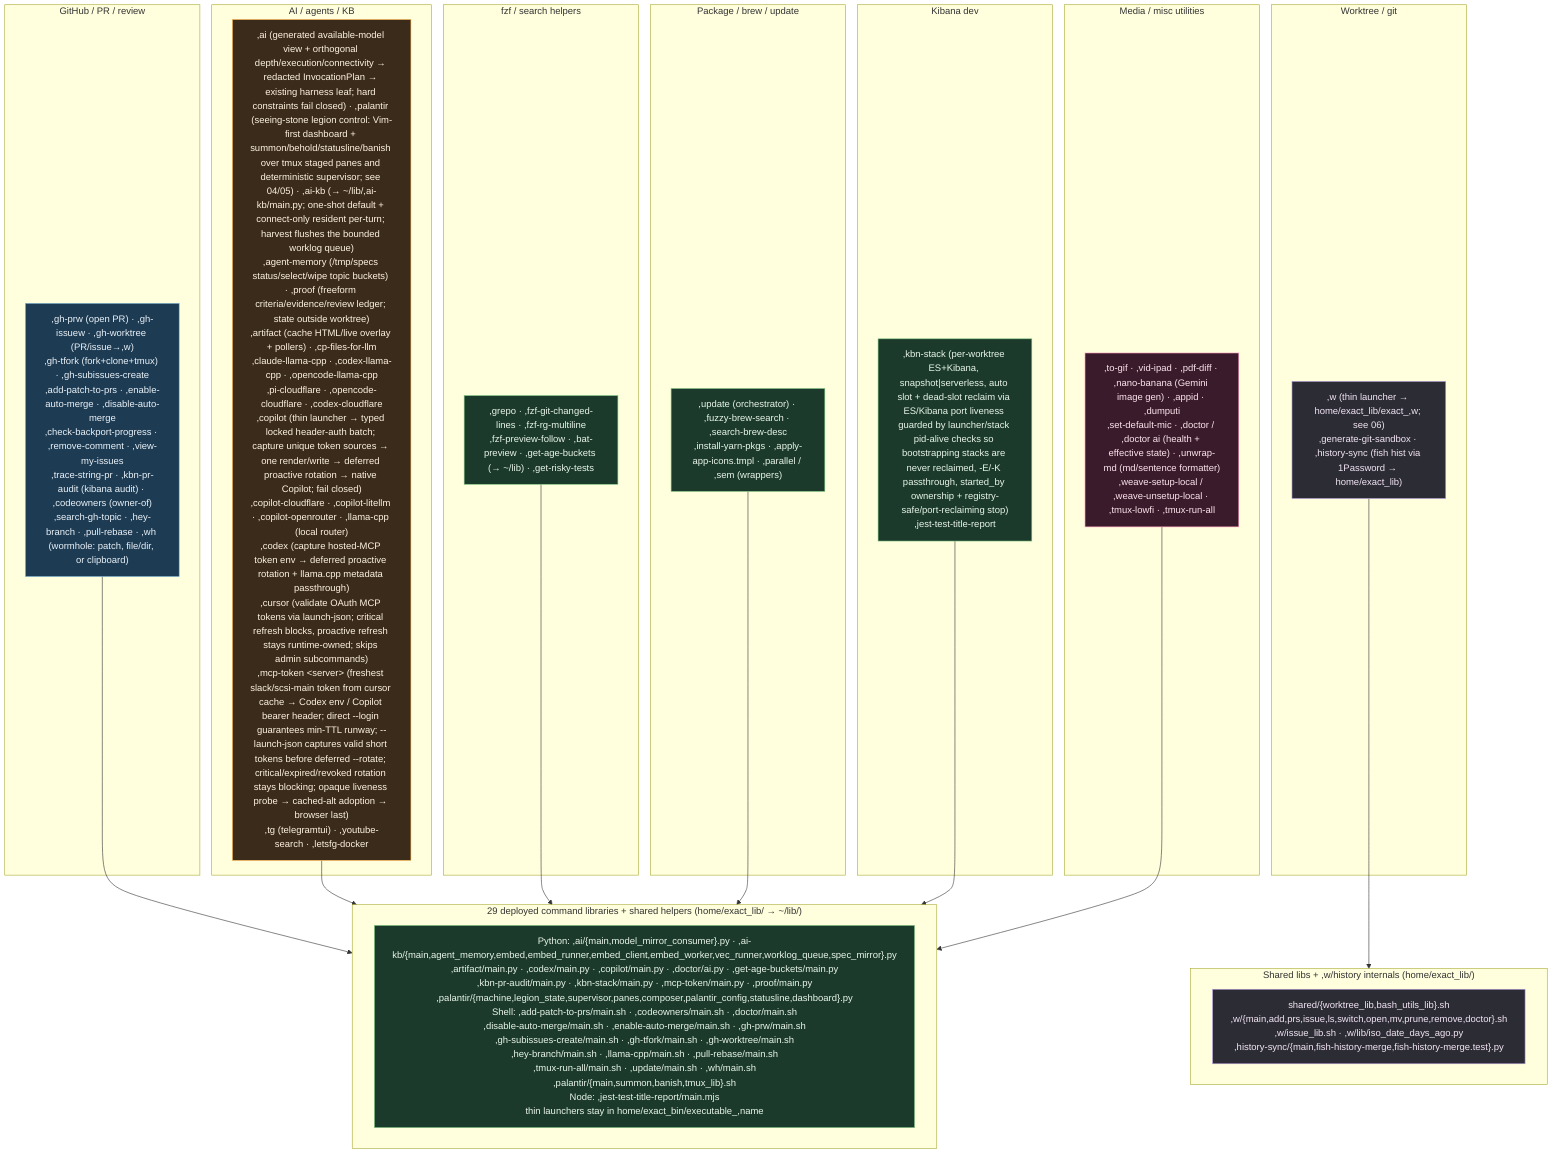
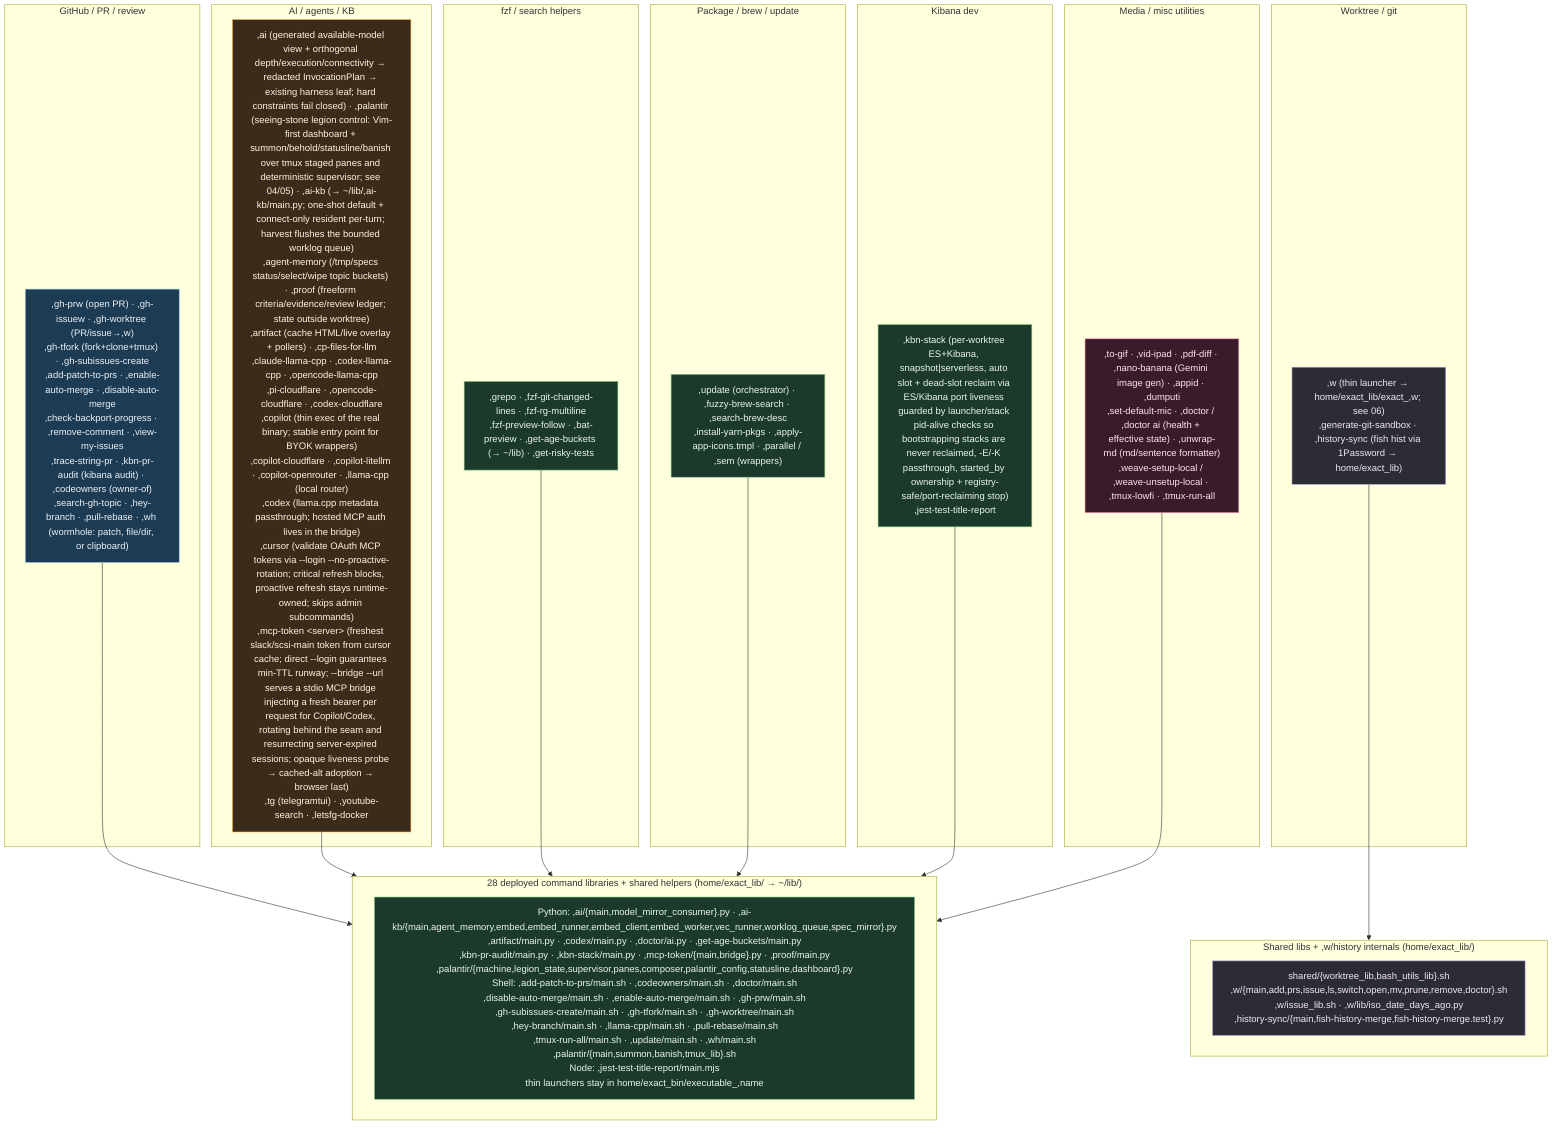
%% ============================================================================
%% 07c-bin-commands.mmd — Every thin command in home/exact_bin/ (74 thin commands)
%% plus deployed internals in home/exact_lib/ (66 command/shared library files).
%% executable_,* → ~/bin/,* (comma-prefixed user commands); home/exact_lib/exact_,name/
%% → ~/lib/,name/. verify-bin-surface keeps each command covered by fish
%% completions, docs, catalog, and non-orphaned command libraries.
%% ============================================================================
flowchart TB
    classDef gh fill:#1d3b53,stroke:#7fb3d5,color:#eaf2f8;
    classDef wt fill:#2c2c34,stroke:#b39ddb,color:#f3e5f5;
    classDef ai fill:#3a2b1b,stroke:#ffb74d,color:#fff3e0;
    classDef media fill:#3a1b2b,stroke:#f48fb1,color:#fce4ec;
    classDef sys fill:#1b3a2b,stroke:#81c784,color:#e8f5e9;

    subgraph GHC["GitHub / PR / review"]
        G[",gh-prw (open PR) · ,gh-issuew · ,gh-worktree (PR/issue→,w)<br/>,gh-tfork (fork+clone+tmux) · ,gh-subissues-create<br/>,add-patch-to-prs · ,enable-auto-merge · ,disable-auto-merge<br/>,check-backport-progress · ,remove-comment · ,view-my-issues<br/>,trace-string-pr · ,kbn-pr-audit (kibana audit) · ,codeowners (owner-of)<br/>,search-gh-topic · ,hey-branch · ,pull-rebase · ,wh (wormhole: patch, file/dir, or clipboard)"]:::gh
    end

    subgraph WTC["Worktree / git"]
        W[",w (thin launcher → home/exact_lib/exact_,w; see 06)<br/>,generate-git-sandbox · ,history-sync (fish hist via 1Password → home/exact_lib)"]:::wt
    end

    subgraph AIC["AI / agents / KB"]
-         A[",ai (generated available-model view + orthogonal depth/execution/connectivity → redacted InvocationPlan → existing harness leaf; hard constraints fail closed) · ,palantir (seeing-stone legion control: Vim-first dashboard + summon/behold/statusline/banish over tmux staged panes and deterministic supervisor; see 04/05) · ,ai-kb (→ ~/lib/,ai-kb/main.py; one-shot default + connect-only resident per-turn; harvest flushes the bounded worklog queue)<br/>,agent-memory (/tmp/specs status/select/wipe topic buckets) · ,proof (freeform criteria/evidence/review ledger; state outside worktree)<br/>,artifact (cache HTML/live overlay + pollers) · ,cp-files-for-llm<br/>,claude-llama-cpp · ,codex-llama-cpp · ,opencode-llama-cpp<br/>,pi-cloudflare · ,opencode-cloudflare · ,codex-cloudflare<br/>,copilot (thin launcher → typed locked header-auth batch; capture unique token sources → one render/write → deferred proactive rotation → native Copilot; fail closed)<br/>,copilot-cloudflare · ,copilot-litellm · ,copilot-openrouter · ,llama-cpp (local router)<br/>,codex (capture hosted-MCP token env → deferred proactive rotation + llama.cpp metadata passthrough)<br/>,cursor (validate OAuth MCP tokens via launch-json; critical refresh blocks, proactive refresh stays runtime-owned; skips admin subcommands)<br/>,mcp-token &lt;server&gt; (freshest slack/scsi-main token from cursor cache → Codex env / Copilot bearer header; direct --login guarantees min-TTL runway; --launch-json captures valid short tokens before deferred --rotate; critical/expired/revoked rotation stays blocking; opaque liveness probe → cached-alt adoption → browser last)<br/>,tg (telegramtui) · ,youtube-search · ,letsfg-docker"]:::ai
+         A[",ai (generated available-model view + orthogonal depth/execution/connectivity → redacted InvocationPlan → existing harness leaf; hard constraints fail closed) · ,palantir (seeing-stone legion control: Vim-first dashboard + summon/behold/statusline/banish over tmux staged panes and deterministic supervisor; see 04/05) · ,ai-kb (→ ~/lib/,ai-kb/main.py; one-shot default + connect-only resident per-turn; harvest flushes the bounded worklog queue)<br/>,agent-memory (/tmp/specs status/select/wipe topic buckets) · ,proof (freeform criteria/evidence/review ledger; state outside worktree)<br/>,artifact (cache HTML/live overlay + pollers) · ,cp-files-for-llm<br/>,claude-llama-cpp · ,codex-llama-cpp · ,opencode-llama-cpp<br/>,pi-cloudflare · ,opencode-cloudflare · ,codex-cloudflare<br/>,copilot (thin exec of the real binary; stable entry point for BYOK wrappers)<br/>,copilot-cloudflare · ,copilot-litellm · ,copilot-openrouter · ,llama-cpp (local router)<br/>,codex (llama.cpp metadata passthrough; hosted MCP auth lives in the bridge)<br/>,cursor (validate OAuth MCP tokens via --login --no-proactive-rotation; critical refresh blocks, proactive refresh stays runtime-owned; skips admin subcommands)<br/>,mcp-token &lt;server&gt; (freshest slack/scsi-main token from cursor cache; direct --login guarantees min-TTL runway; --bridge --url serves a stdio MCP bridge injecting a fresh bearer per request for Copilot/Codex, rotating behind the seam and resurrecting server-expired sessions; opaque liveness probe → cached-alt adoption → browser last)<br/>,tg (telegramtui) · ,youtube-search · ,letsfg-docker"]:::ai
    end

    subgraph FZFC["fzf / search helpers"]
        F[",grepo · ,fzf-git-changed-lines · ,fzf-rg-multiline<br/>,fzf-preview-follow · ,bat-preview · ,get-age-buckets (→ ~/lib) · ,get-risky-tests"]:::sys
    end

    subgraph PKGC["Package / brew / update"]
        P[",update (orchestrator) · ,fuzzy-brew-search · ,search-brew-desc<br/>,install-yarn-pkgs · ,apply-app-icons.tmpl · ,parallel / ,sem (wrappers)"]:::sys
    end

    subgraph KBNC["Kibana dev"]
        K[",kbn-stack (per-worktree ES+Kibana, snapshot|serverless, auto slot + dead-slot reclaim via ES/Kibana port liveness guarded by launcher/stack pid-alive checks so bootstrapping stacks are never reclaimed, -E/-K passthrough, started_by ownership + registry-safe/port-reclaiming stop)<br/>,jest-test-title-report"]:::sys
    end

    subgraph MEDIA["Media / misc utilities"]
        M[",to-gif · ,vid-ipad · ,pdf-diff · ,nano-banana (Gemini image gen) · ,appid · ,dumputi<br/>,set-default-mic · ,doctor / ,doctor ai (health + effective state) · ,unwrap-md (md/sentence formatter)<br/>,weave-setup-local / ,weave-unsetup-local · ,tmux-lowfi · ,tmux-run-all"]:::media
    end

    subgraph LIBS["Shared libs + ,w/history internals (home/exact_lib/)"]
        L["shared/{worktree_lib,bash_utils_lib}.sh<br/>,w/{main,add,prs,issue,ls,switch,open,mv,prune,remove,doctor}.sh<br/>,w/issue_lib.sh · ,w/lib/iso_date_days_ago.py<br/>,history-sync/{main,fish-history-merge,fish-history-merge.test}.py"]:::wt
    end
    W --> LIBS

-     subgraph CMDLIBS["29 deployed command libraries + shared helpers (home/exact_lib/ → ~/lib/)"]
-         CL["Python: ,ai/{main,model_mirror_consumer}.py · ,ai-kb/{main,agent_memory,embed,embed_runner,embed_client,embed_worker,vec_runner,worklog_queue,spec_mirror}.py<br/>,artifact/main.py · ,codex/main.py · ,copilot/main.py · ,doctor/ai.py · ,get-age-buckets/main.py<br/>,kbn-pr-audit/main.py · ,kbn-stack/main.py · ,mcp-token/main.py · ,proof/main.py<br/>,palantir/{machine,legion_state,supervisor,panes,composer,palantir_config,statusline,dashboard}.py<br/>Shell: ,add-patch-to-prs/main.sh · ,codeowners/main.sh · ,doctor/main.sh<br/>,disable-auto-merge/main.sh · ,enable-auto-merge/main.sh · ,gh-prw/main.sh<br/>,gh-subissues-create/main.sh · ,gh-tfork/main.sh · ,gh-worktree/main.sh<br/>,hey-branch/main.sh · ,llama-cpp/main.sh · ,pull-rebase/main.sh<br/>,tmux-run-all/main.sh · ,update/main.sh · ,wh/main.sh<br/>,palantir/{main,summon,banish,tmux_lib}.sh<br/>Node: ,jest-test-title-report/main.mjs<br/>thin launchers stay in home/exact_bin/executable_,name"]:::sys
+     subgraph CMDLIBS["28 deployed command libraries + shared helpers (home/exact_lib/ → ~/lib/)"]
+         CL["Python: ,ai/{main,model_mirror_consumer}.py · ,ai-kb/{main,agent_memory,embed,embed_runner,embed_client,embed_worker,vec_runner,worklog_queue,spec_mirror}.py<br/>,artifact/main.py · ,codex/main.py · ,doctor/ai.py · ,get-age-buckets/main.py<br/>,kbn-pr-audit/main.py · ,kbn-stack/main.py · ,mcp-token/{main,bridge}.py · ,proof/main.py<br/>,palantir/{machine,legion_state,supervisor,panes,composer,palantir_config,statusline,dashboard}.py<br/>Shell: ,add-patch-to-prs/main.sh · ,codeowners/main.sh · ,doctor/main.sh<br/>,disable-auto-merge/main.sh · ,enable-auto-merge/main.sh · ,gh-prw/main.sh<br/>,gh-subissues-create/main.sh · ,gh-tfork/main.sh · ,gh-worktree/main.sh<br/>,hey-branch/main.sh · ,llama-cpp/main.sh · ,pull-rebase/main.sh<br/>,tmux-run-all/main.sh · ,update/main.sh · ,wh/main.sh<br/>,palantir/{main,summon,banish,tmux_lib}.sh<br/>Node: ,jest-test-title-report/main.mjs<br/>thin launchers stay in home/exact_bin/executable_,name"]:::sys
    end
    G --> CMDLIBS
    A --> CMDLIBS
    F --> CMDLIBS
    P --> CMDLIBS
    K --> CMDLIBS
    M --> CMDLIBS
